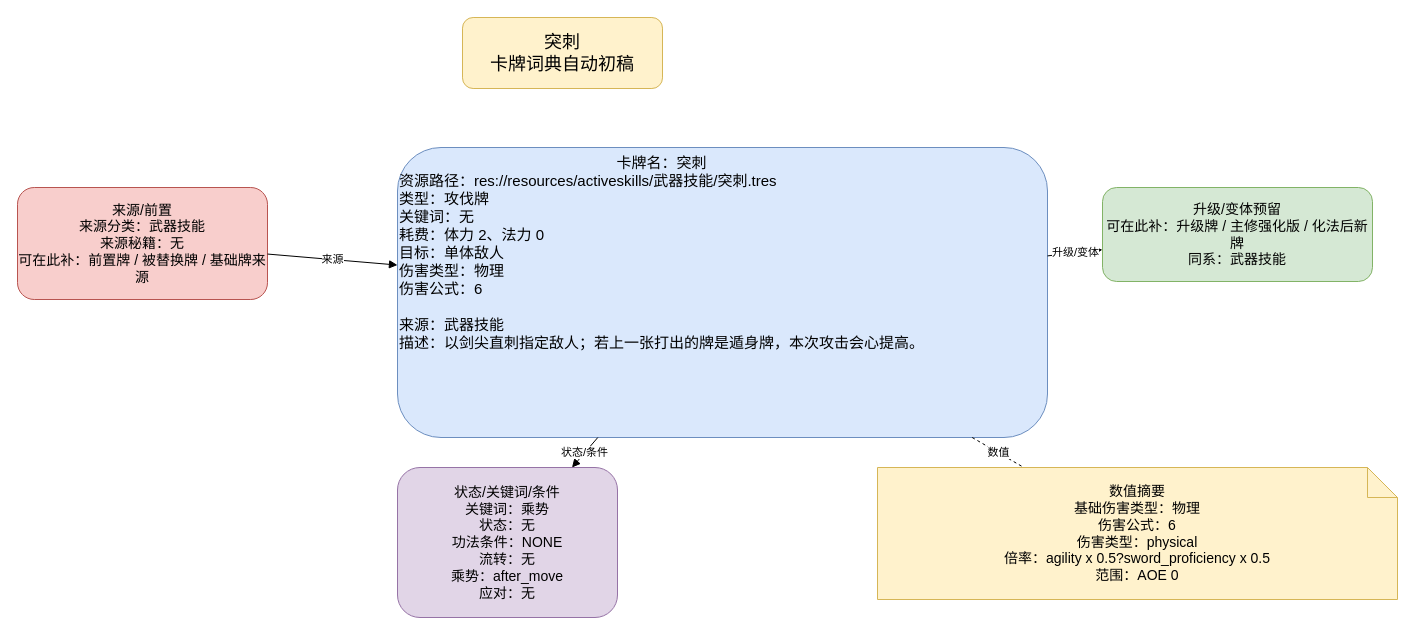
Before: docs/卡牌词典/武器技能/突刺.drawio in ankundanetracyc-spec/tian-guan-you-du, a draw.io diagram. Source tidied: cells renumbered, new cells numbered last; positions are measured from the earlier drawing's top-left corner, leaving out a move shared by most shapes. Both pictures are drawn from the tidied source at 100%, with x=0, y=0 at pixel (17, 17).
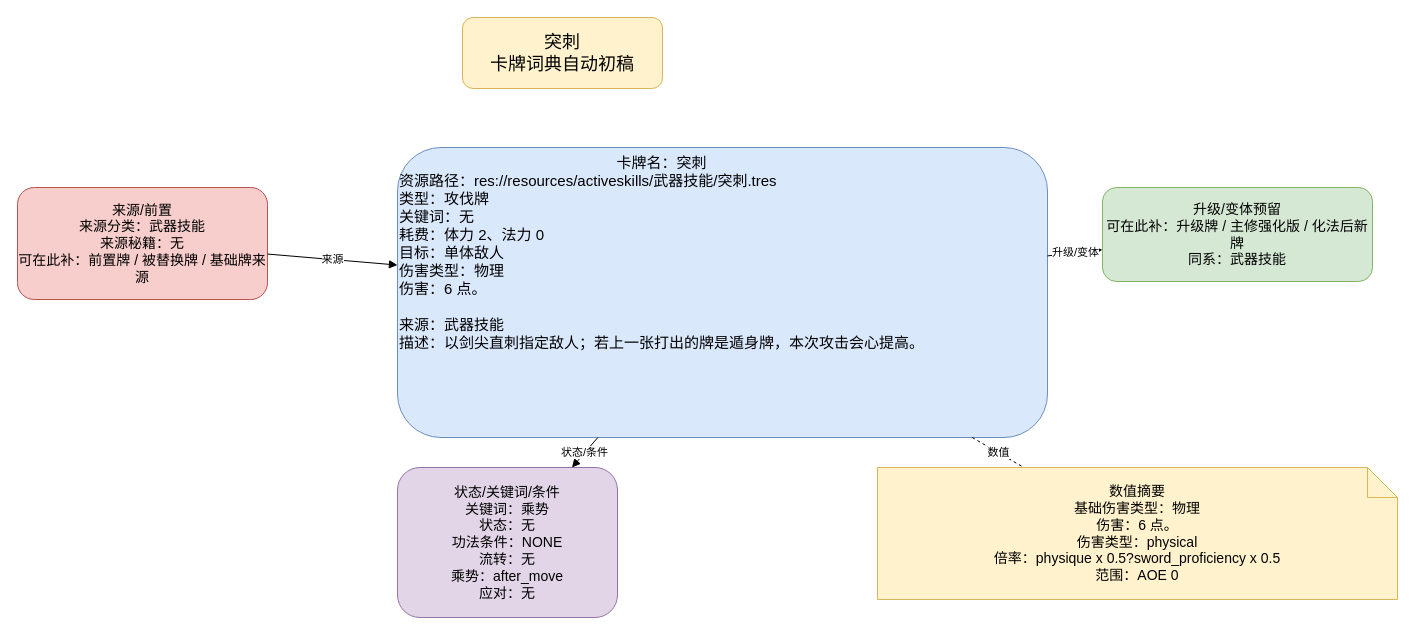
The same diagram, later.

Change to the diagram source:
```diff
@@
 <mxGraphModel>
   <root>
     <mxCell id="0" />
     <mxCell id="1" parent="0" />
     <mxCell id="2" value="突刺&#10;卡牌词典自动初稿" style="rounded=1;whiteSpace=wrap;html=1;fillColor=#fff2cc;strokeColor=#d6b656;fontSize=18;" parent="1" vertex="1">
       <mxGeometry x="445" width="200" height="71" as="geometry" />
     </mxCell>
-    <mxCell id="3" value="&lt;div style=&quot;text-align:center;&quot;&gt;卡牌名：突刺&lt;/div&gt;&lt;div style=&quot;text-align:left;&quot;&gt;资源路径：res://resources/activeskills/武器技能/突刺.tres&lt;br&gt;类型：攻伐牌&lt;br&gt;关键词：无&lt;br&gt;耗费：体力 2、法力 0&lt;br&gt;目标：单体敌人&lt;br&gt;伤害类型：物理&lt;br&gt;伤害公式：6&lt;/div&gt;&lt;br&gt;来源：武器技能&lt;br&gt;描述：以剑尖直刺指定敌人；若上一张打出的牌是遁身牌，本次攻击会心提高。" style="rounded=1;whiteSpace=wrap;html=1;fillColor=#dae8fc;strokeColor=#6c8ebf;fontSize=15;align=left;verticalAlign=top;" parent="1" vertex="1">
+    <mxCell id="3" value="&lt;div style=&quot;text-align:center;&quot;&gt;卡牌名：突刺&lt;/div&gt;&lt;div style=&quot;text-align:left;&quot;&gt;资源路径：res://resources/activeskills/武器技能/突刺.tres&lt;br&gt;类型：攻伐牌&lt;br&gt;关键词：无&lt;br&gt;耗费：体力 2、法力 0&lt;br&gt;目标：单体敌人&lt;br&gt;伤害类型：物理&lt;br&gt;伤害：6 点。&lt;/div&gt;&lt;br&gt;来源：武器技能&lt;br&gt;描述：以剑尖直刺指定敌人；若上一张打出的牌是遁身牌，本次攻击会心提高。" style="rounded=1;whiteSpace=wrap;html=1;fillColor=#dae8fc;strokeColor=#6c8ebf;fontSize=15;align=left;verticalAlign=top;" parent="1" vertex="1">
       <mxGeometry x="380" y="130" width="650" height="290" as="geometry" />
     </mxCell>
     <mxCell id="4" value="来源/前置&#10;来源分类：武器技能&#10;来源秘籍：无&#10;可在此补：前置牌 / 被替换牌 / 基础牌来源" style="rounded=1;whiteSpace=wrap;html=1;fillColor=#f8cecc;strokeColor=#b85450;fontSize=14;" parent="1" vertex="1">
       <mxGeometry y="170" width="250" height="112" as="geometry" />
     </mxCell>
     <mxCell id="5" value="升级/变体预留&#10;可在此补：升级牌 / 主修强化版 / 化法后新牌&#10;同系：武器技能" style="rounded=1;whiteSpace=wrap;html=1;fillColor=#d5e8d4;strokeColor=#82b366;fontSize=14;" parent="1" vertex="1">
       <mxGeometry x="1085" y="170" width="270" height="94" as="geometry" />
     </mxCell>
     <mxCell id="6" value="状态/关键词/条件&#10;关键词：乘势&#10;状态：无&#10;功法条件：NONE&#10;流转：无&#10;乘势：after_move&#10;应对：无" style="rounded=1;whiteSpace=wrap;html=1;fillColor=#e1d5e7;strokeColor=#9673a6;fontSize=14;" parent="1" vertex="1">
       <mxGeometry x="380" y="450" width="220" height="150" as="geometry" />
     </mxCell>
-    <mxCell id="7" value="数值摘要&lt;br&gt;基础伤害类型：物理&lt;br&gt;伤害公式：6&lt;br&gt;伤害类型：physical&lt;br&gt;倍率：agility x 0.5?sword_proficiency x 0.5&lt;br&gt;范围：AOE 0" style="shape=note;whiteSpace=wrap;html=1;fillColor=#fff2cc;strokeColor=#d6b656;fontSize=14;" parent="1" vertex="1">
+    <mxCell id="7" value="数值摘要&lt;br&gt;基础伤害类型：物理&lt;br&gt;伤害：6 点。&lt;br&gt;伤害类型：physical&lt;br&gt;倍率：physique x 0.5?sword_proficiency x 0.5&lt;br&gt;范围：AOE 0" style="shape=note;whiteSpace=wrap;html=1;fillColor=#fff2cc;strokeColor=#d6b656;fontSize=14;" parent="1" vertex="1">
       <mxGeometry x="860" y="450" width="520" height="132" as="geometry" />
     </mxCell>
     <mxCell id="8" value="来源" style="endArrow=block;html=1;rounded=0;" parent="1" edge="1" source="4" target="3">
       <mxGeometry relative="1" as="geometry" />
     </mxCell>
     <mxCell id="9" value="升级/变体" style="endArrow=block;html=1;rounded=0;" parent="1" edge="1" source="3" target="5">
       <mxGeometry relative="1" as="geometry" />
     </mxCell>
     <mxCell id="10" value="状态/条件" style="endArrow=block;html=1;rounded=0;" parent="1" edge="1" source="3" target="6">
       <mxGeometry relative="1" as="geometry" />
     </mxCell>
     <mxCell id="11" value="数值" style="endArrow=none;dashed=1;html=1;" parent="1" edge="1" source="3" target="7">
       <mxGeometry relative="1" as="geometry" />
     </mxCell>
   </root>
 </mxGraphModel>
```
